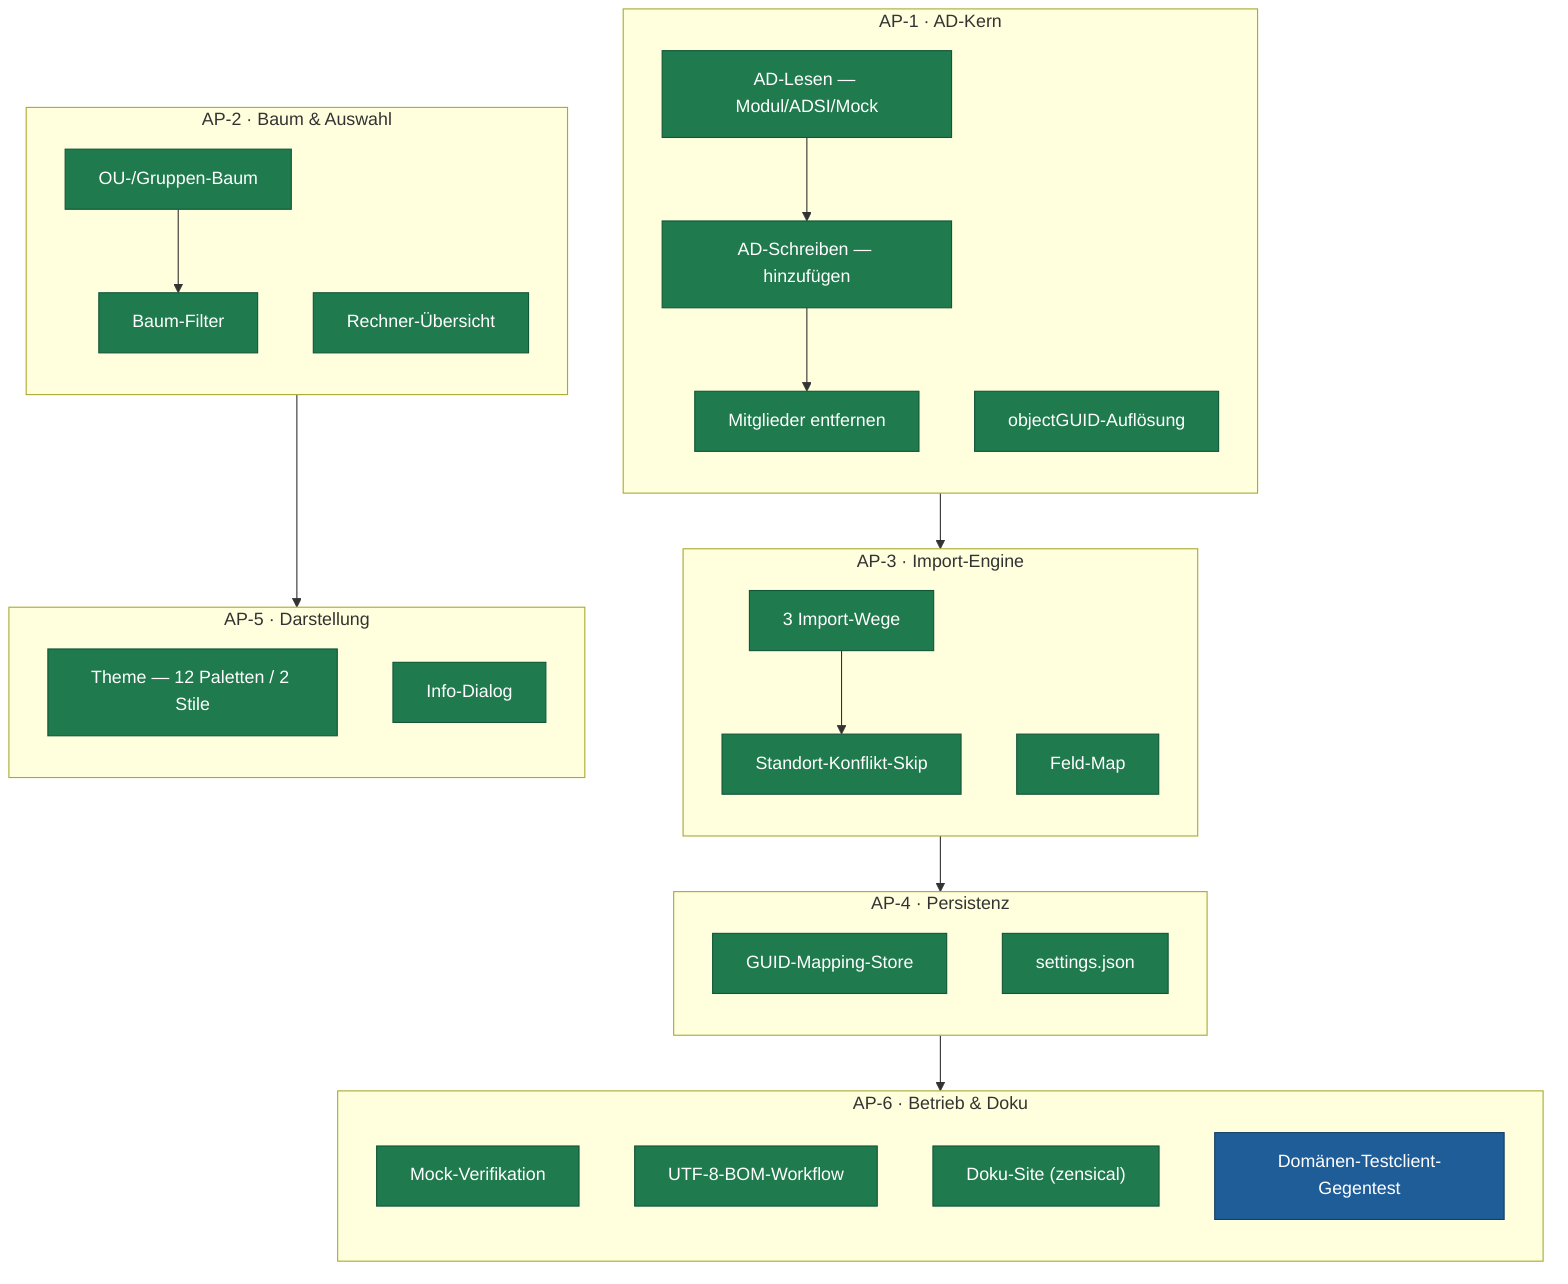
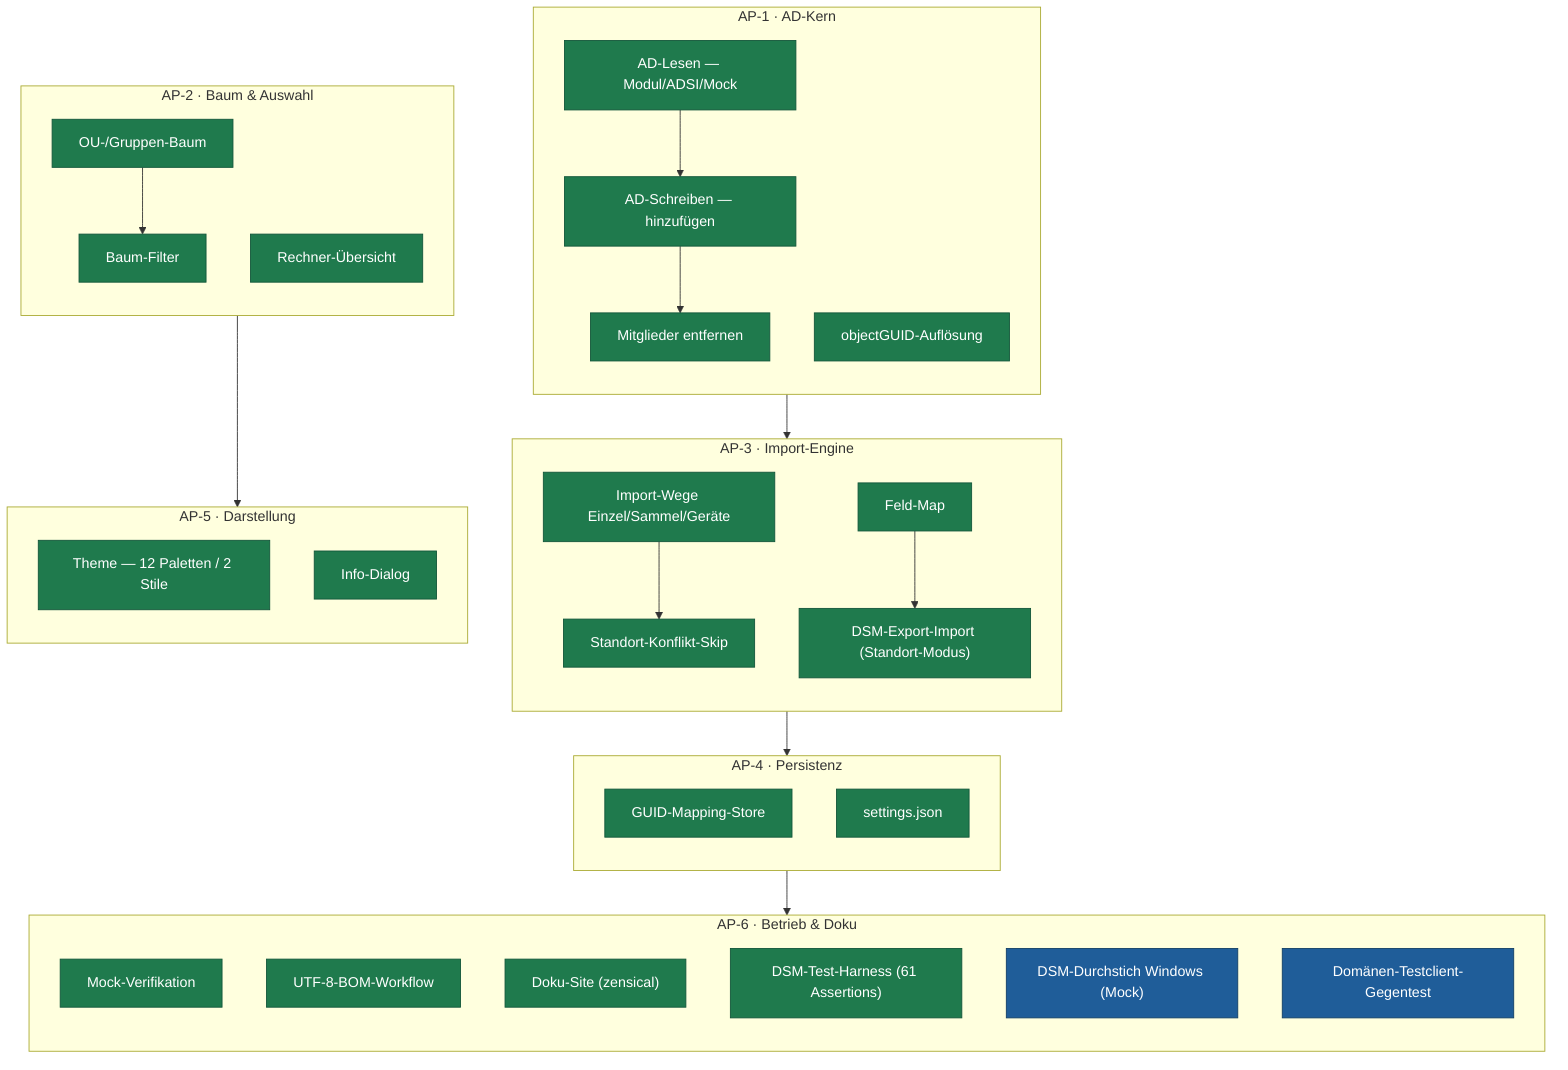
flowchart TB
  classDef done fill:#1f7a4d,color:#fff,stroke:#12563a,stroke-width:1px
  classDef plan fill:#1f5d99,color:#fff,stroke:#123f66,stroke-width:1px

  subgraph AP1["AP-1 · AD-Kern"]
    direction TB
    A1a["AD-Lesen — Modul/ADSI/Mock"]:::done
    A1b["AD-Schreiben — hinzufügen"]:::done
    A1c["Mitglieder entfernen"]:::done
    A1d["objectGUID-Auflösung"]:::done
    A1a --> A1b --> A1c
  end

  subgraph AP2["AP-2 · Baum & Auswahl"]
    direction TB
    A2a["OU-/Gruppen-Baum"]:::done
    A2b["Baum-Filter"]:::done
    A2c["Rechner-Übersicht"]:::done
    A2a --> A2b
  end

  subgraph AP3["AP-3 · Import-Engine"]
    direction TB
-     A3a["3 Import-Wege"]:::done
+     A3a["Import-Wege Einzel/Sammel/Geräte"]:::done
    A3b["Standort-Konflikt-Skip"]:::done
    A3c["Feld-Map"]:::done
+     A3d["DSM-Export-Import (Standort-Modus)"]:::done
    A3a --> A3b
+     A3c --> A3d
  end

  subgraph AP4["AP-4 · Persistenz"]
    direction TB
    A4a["GUID-Mapping-Store"]:::done
    A4b["settings.json"]:::done
  end

  subgraph AP5["AP-5 · Darstellung"]
    direction TB
    A5a["Theme — 12 Paletten / 2 Stile"]:::done
    A5b["Info-Dialog"]:::done
  end

  subgraph AP6["AP-6 · Betrieb & Doku"]
    direction TB
    A6a["Mock-Verifikation"]:::done
    A6b["UTF-8-BOM-Workflow"]:::done
    A6c["Doku-Site (zensical)"]:::done
-     A6d["Domänen-Testclient-Gegentest"]:::plan
+     A6e["DSM-Test-Harness (61 Assertions)"]:::done
+     A6d["DSM-Durchstich Windows (Mock)"]:::plan
+     A6f["Domänen-Testclient-Gegentest"]:::plan
  end

  AP1 --> AP3
  AP3 --> AP4
  AP2 --> AP5
  AP4 --> AP6
